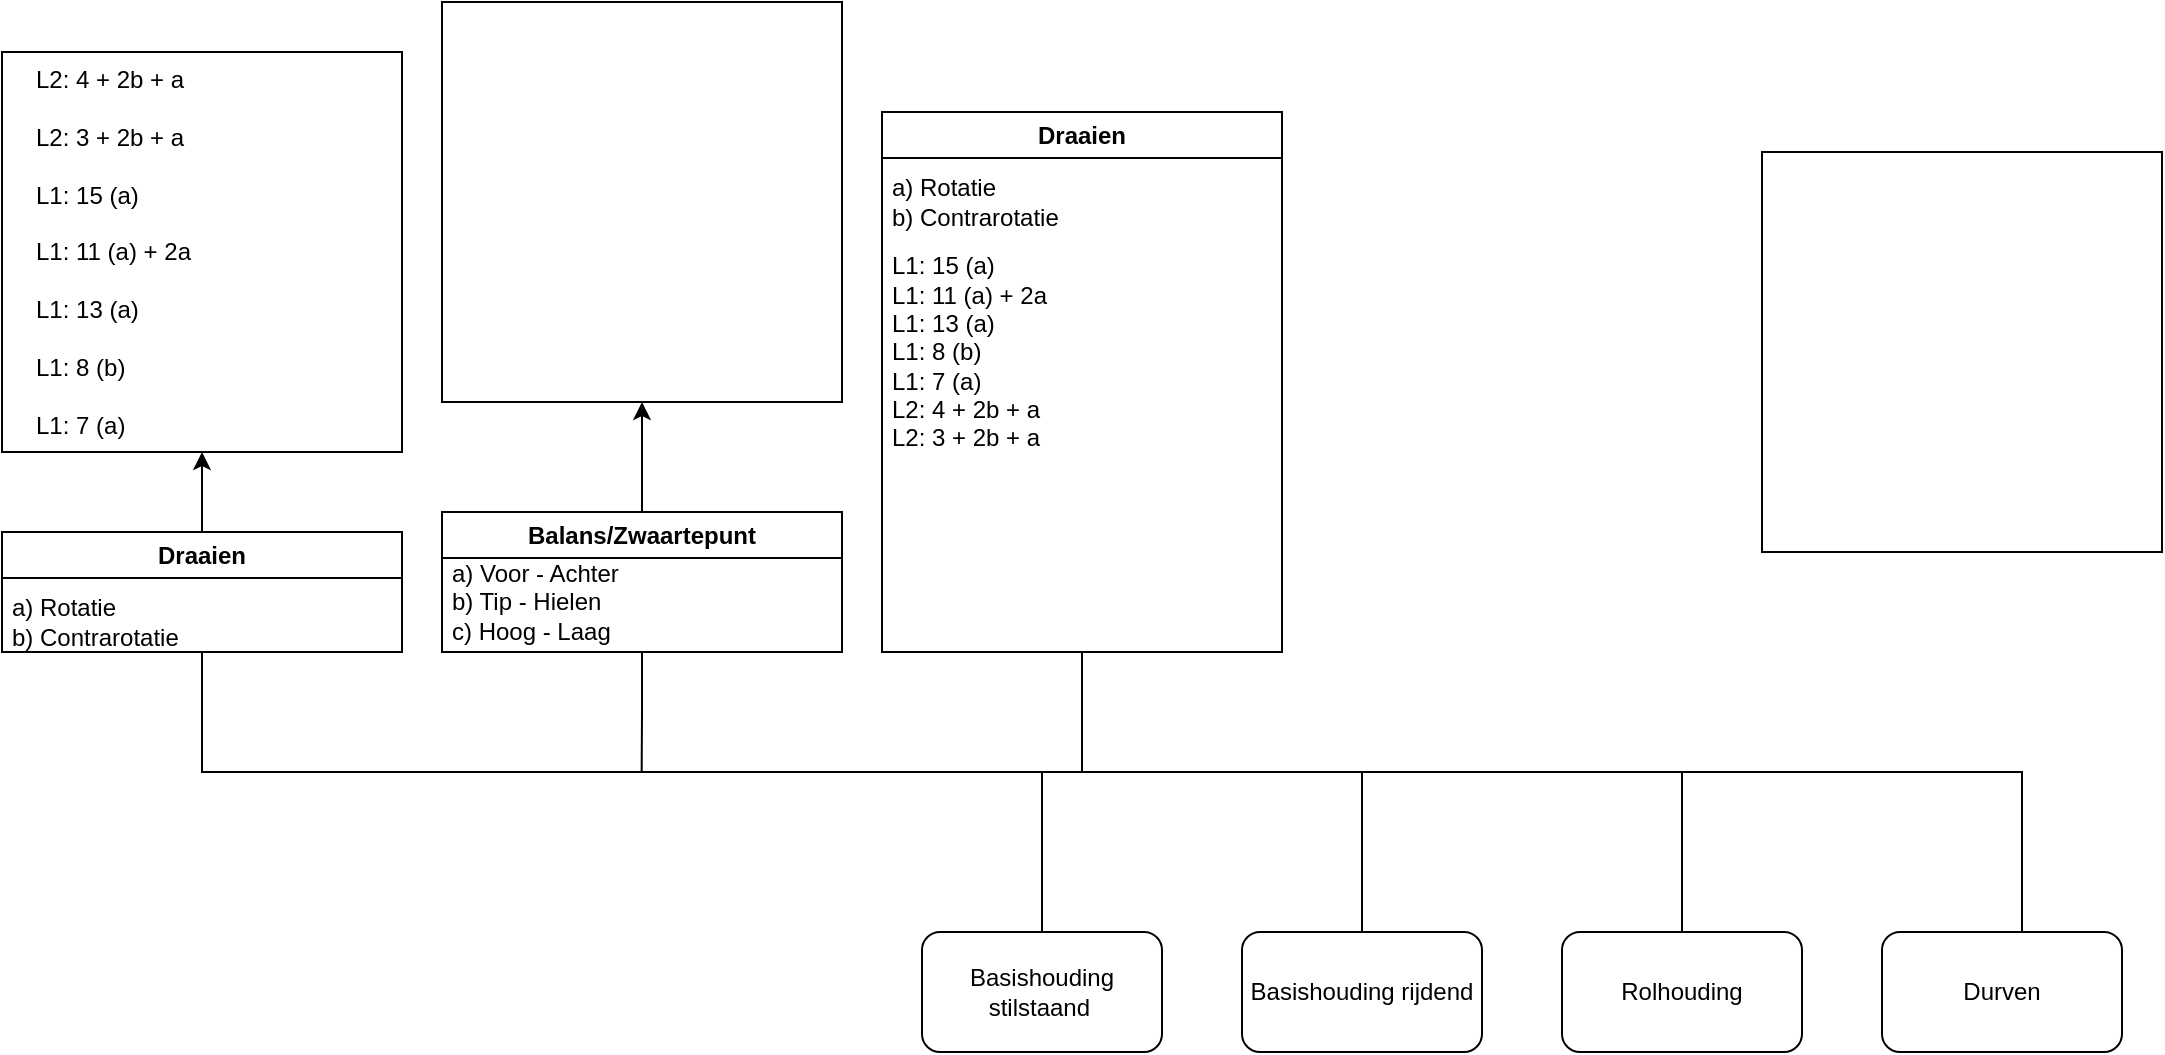
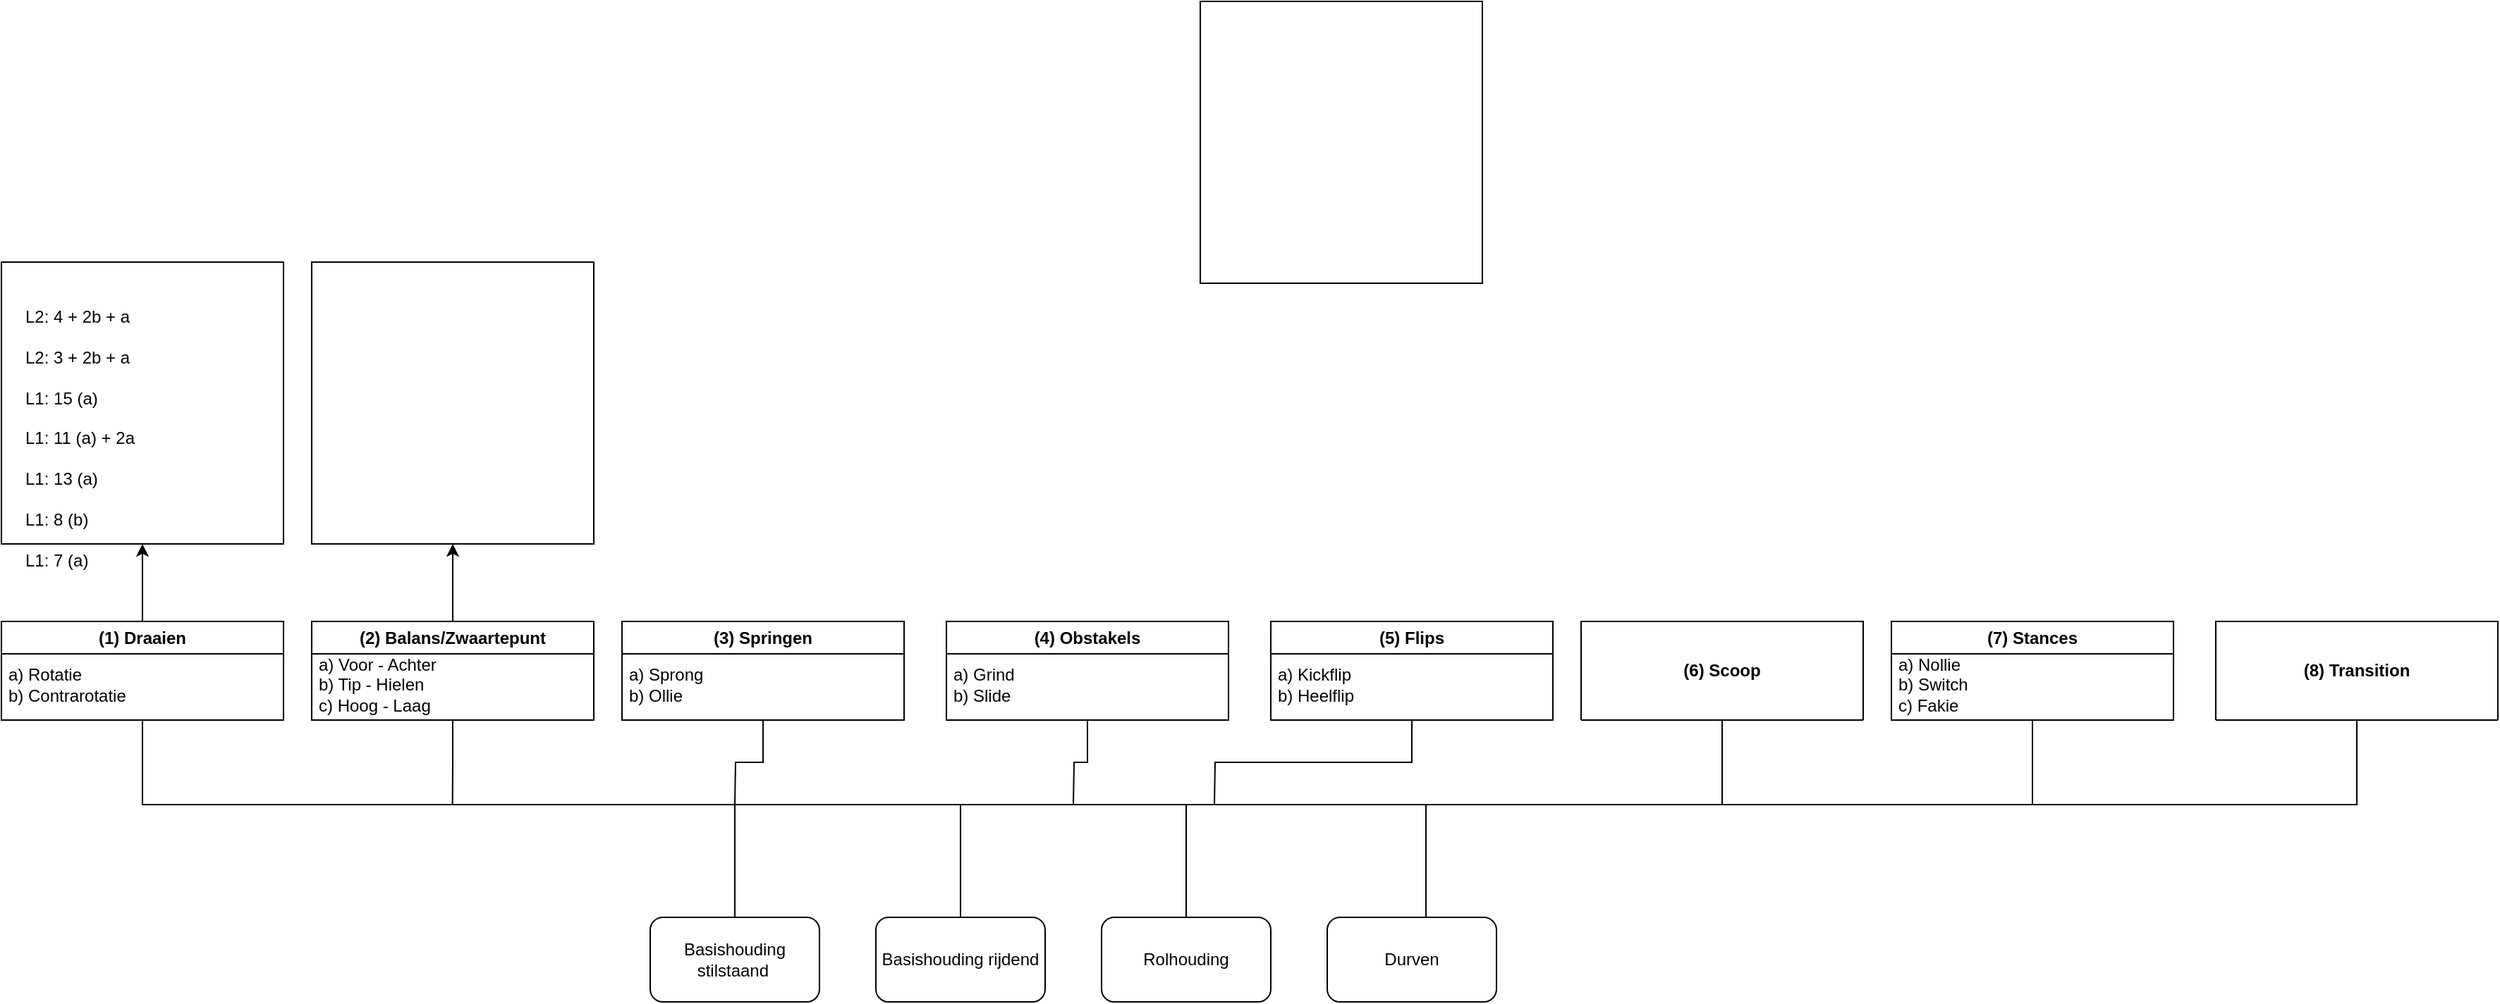
<mxfile host="app.diagrams.net">
  <diagram name="Pagina-1" id="a05Jk7nWTG-AgablvogW">
-     <mxGraphModel dx="-154" dy="1548" grid="1" gridSize="10" guides="1" tooltips="1" connect="1" arrows="1" fold="1" page="1" pageScale="1" pageWidth="827" pageHeight="1169" math="0" shadow="0">
+     <mxGraphModel dx="1530" dy="2437" grid="1" gridSize="10" guides="1" tooltips="1" connect="1" arrows="1" fold="1" page="1" pageScale="1" pageWidth="827" pageHeight="1169" math="0" shadow="0">
      <root>
        <mxCell id="0" />
        <mxCell id="1" parent="0" />
        <mxCell id="f8RnjAQKT9ZgKttT3sXC-36" parent="1" style="whiteSpace=wrap;html=1;fontStyle=1;startSize=23;" value="" vertex="1">
-           <mxGeometry height="200" width="200" x="840" y="-560" as="geometry" />
+           <mxGeometry height="200" width="200" x="840" y="-585" as="geometry" />
        </mxCell>
        <mxCell id="f8RnjAQKT9ZgKttT3sXC-6" edge="1" parent="1" source="f8RnjAQKT9ZgKttT3sXC-1" style="edgeStyle=orthogonalEdgeStyle;rounded=0;orthogonalLoop=1;jettySize=auto;html=1;exitX=0.5;exitY=0;exitDx=0;exitDy=0;endArrow=none;endFill=0;entryX=0.5;entryY=0;entryDx=0;entryDy=0;" target="f8RnjAQKT9ZgKttT3sXC-2">
          <mxGeometry relative="1" as="geometry">
            <Array as="points">
              <mxPoint x="1360" y="-200" />
              <mxPoint x="1520" y="-200" />
            </Array>
            <mxPoint x="1360" y="-210" as="targetPoint" />
          </mxGeometry>
        </mxCell>
        <mxCell id="f8RnjAQKT9ZgKttT3sXC-1" parent="1" style="rounded=1;whiteSpace=wrap;html=1;" value="Basishouding stilstaand&lt;span style=&quot;white-space: pre;&quot;&gt;&#x9;&lt;/span&gt;" vertex="1">
          <mxGeometry height="60" width="120" x="1300" y="-120" as="geometry" />
        </mxCell>
        <mxCell id="f8RnjAQKT9ZgKttT3sXC-2" parent="1" style="rounded=1;whiteSpace=wrap;html=1;" value="Basishouding rijdend" vertex="1">
          <mxGeometry height="60" width="120" x="1460" y="-120" as="geometry" />
        </mxCell>
        <mxCell id="f8RnjAQKT9ZgKttT3sXC-7" edge="1" parent="1" source="f8RnjAQKT9ZgKttT3sXC-4" style="edgeStyle=orthogonalEdgeStyle;rounded=0;orthogonalLoop=1;jettySize=auto;html=1;exitX=0.5;exitY=0;exitDx=0;exitDy=0;endArrow=none;endFill=0;">
          <mxGeometry relative="1" as="geometry">
            <Array as="points">
              <mxPoint x="1680" y="-200" />
              <mxPoint x="1520" y="-200" />
            </Array>
            <mxPoint x="1520" y="-160" as="targetPoint" />
          </mxGeometry>
        </mxCell>
        <mxCell id="f8RnjAQKT9ZgKttT3sXC-4" parent="1" style="rounded=1;whiteSpace=wrap;html=1;" value="Rolhouding" vertex="1">
          <mxGeometry height="60" width="120" x="1620" y="-120" as="geometry" />
        </mxCell>
        <mxCell id="f8RnjAQKT9ZgKttT3sXC-8" edge="1" parent="1" style="edgeStyle=orthogonalEdgeStyle;rounded=0;orthogonalLoop=1;jettySize=auto;html=1;exitX=0.5;exitY=0;exitDx=0;exitDy=0;endArrow=none;endFill=0;">
          <mxGeometry relative="1" as="geometry">
            <Array as="points">
              <mxPoint x="1850" y="-200" />
              <mxPoint x="1690" y="-200" />
            </Array>
            <mxPoint x="1850" y="-120" as="sourcePoint" />
            <mxPoint x="1680" y="-200" as="targetPoint" />
          </mxGeometry>
        </mxCell>
        <mxCell id="f8RnjAQKT9ZgKttT3sXC-5" parent="1" style="rounded=1;whiteSpace=wrap;html=1;" value="Durven" vertex="1">
          <mxGeometry height="60" width="120" x="1780" y="-120" as="geometry" />
        </mxCell>
        <mxCell id="f8RnjAQKT9ZgKttT3sXC-13" edge="1" parent="1" source="f8RnjAQKT9ZgKttT3sXC-12" style="edgeStyle=orthogonalEdgeStyle;rounded=0;orthogonalLoop=1;jettySize=auto;html=1;exitX=0.5;exitY=1;exitDx=0;exitDy=0;endArrow=none;endFill=0;">
          <mxGeometry relative="1" as="geometry">
            <Array as="points">
              <mxPoint x="940" y="-200" />
            </Array>
            <mxPoint x="1360" y="-200" as="targetPoint" />
          </mxGeometry>
        </mxCell>
        <mxCell id="f8RnjAQKT9ZgKttT3sXC-37" edge="1" parent="1" source="f8RnjAQKT9ZgKttT3sXC-12" style="edgeStyle=orthogonalEdgeStyle;rounded=0;orthogonalLoop=1;jettySize=auto;html=1;" target="f8RnjAQKT9ZgKttT3sXC-36" value="">
          <mxGeometry relative="1" as="geometry" />
        </mxCell>
-         <mxCell id="f8RnjAQKT9ZgKttT3sXC-12" parent="1" style="swimlane;whiteSpace=wrap;html=1;" value="Draaien" vertex="1">
-           <mxGeometry height="60" width="200" x="840" y="-320" as="geometry">
+         <mxCell id="f8RnjAQKT9ZgKttT3sXC-12" parent="1" style="swimlane;whiteSpace=wrap;html=1;startSize=23;" value="(1) Draaien" vertex="1">
+           <mxGeometry height="70" width="200" x="840" y="-330" as="geometry">
            <mxRectangle height="30" width="80" x="980" y="-480" as="alternateBounds" />
          </mxGeometry>
        </mxCell>
        <mxCell id="f8RnjAQKT9ZgKttT3sXC-22" parent="f8RnjAQKT9ZgKttT3sXC-12" style="text;html=1;whiteSpace=wrap;strokeColor=none;fillColor=none;align=left;verticalAlign=middle;rounded=0;" value="a) Rotatie&lt;br&gt;b) Contrarotatie" vertex="1">
          <mxGeometry height="30" width="87" x="3" y="30" as="geometry" />
        </mxCell>
        <mxCell id="f8RnjAQKT9ZgKttT3sXC-30" edge="1" parent="1" source="f8RnjAQKT9ZgKttT3sXC-38" style="edgeStyle=orthogonalEdgeStyle;rounded=0;orthogonalLoop=1;jettySize=auto;html=1;endArrow=none;endFill=0;exitX=0.5;exitY=1;exitDx=0;exitDy=0;">
          <mxGeometry relative="1" as="geometry">
            <mxPoint x="1160" y="-250" as="sourcePoint" />
            <mxPoint x="1159.8333333333335" y="-200" as="targetPoint" />
          </mxGeometry>
        </mxCell>
-         <mxCell id="f8RnjAQKT9ZgKttT3sXC-31" edge="1" parent="1" source="f8RnjAQKT9ZgKttT3sXC-27" style="edgeStyle=orthogonalEdgeStyle;rounded=0;orthogonalLoop=1;jettySize=auto;html=1;exitX=0.5;exitY=1;exitDx=0;exitDy=0;endArrow=none;endFill=0;">
-           <mxGeometry relative="1" as="geometry">
-             <mxPoint x="1380" y="-200" as="targetPoint" />
-           </mxGeometry>
-         </mxCell>
-         <mxCell id="f8RnjAQKT9ZgKttT3sXC-27" parent="1" style="swimlane;whiteSpace=wrap;html=1;" value="Draaien" vertex="1">
-           <mxGeometry height="270" width="200" x="1280" y="-530" as="geometry">
-             <mxRectangle height="30" width="80" x="980" y="-480" as="alternateBounds" />
-           </mxGeometry>
-         </mxCell>
-         <mxCell id="f8RnjAQKT9ZgKttT3sXC-28" parent="f8RnjAQKT9ZgKttT3sXC-27" style="text;html=1;whiteSpace=wrap;strokeColor=none;fillColor=none;align=left;verticalAlign=middle;rounded=0;" value="a) Rotatie&lt;br&gt;b) Contrarotatie" vertex="1">
-           <mxGeometry height="30" width="87" x="3" y="30" as="geometry" />
-         </mxCell>
-         <mxCell id="f8RnjAQKT9ZgKttT3sXC-29" parent="f8RnjAQKT9ZgKttT3sXC-27" style="text;html=1;whiteSpace=wrap;strokeColor=none;fillColor=none;align=left;verticalAlign=middle;rounded=0;" value="L1: 15 (a)&lt;br&gt;L1: 11 (a) + 2a&lt;br&gt;L1: 13 (a)&lt;br&gt;L1: 8 (b)&lt;br&gt;L1: 7 (a)&lt;br&gt;L2: 4 + 2b + a&lt;br&gt;L2: 3 + 2b + a" vertex="1">
-           <mxGeometry height="160" width="87" x="3" y="40" as="geometry" />
-         </mxCell>
        <mxCell id="f8RnjAQKT9ZgKttT3sXC-32" parent="1" style="whiteSpace=wrap;html=1;aspect=fixed;" value="&lt;span style=&quot;color: rgba(0, 0, 0, 0); font-family: monospace; font-size: 0px; text-align: start; white-space: nowrap;&quot;&gt;%3CmxGraphModel%3E%3Croot%3E%3CmxCell%20id%3D%220%22%2F%3E%3CmxCell%20id%3D%221%22%20parent%3D%220%22%2F%3E%3CmxCell%20id%3D%222%22%20parent%3D%221%22%20style%3D%22text%3Bhtml%3D1%3BwhiteSpace%3Dwrap%3BstrokeColor%3Dnone%3BfillColor%3Dnone%3Balign%3Dleft%3BverticalAlign%3Dmiddle%3Brounded%3D0%3B%22%20value%3D%22L1%3A%2015%20(a)%26lt%3Bbr%26gt%3BL1%3A%2011%20(a)%20%2B%202a%26lt%3Bbr%26gt%3BL1%3A%2013%20(a)%26lt%3Bbr%26gt%3BL1%3A%208%20(b)%26lt%3Bbr%26gt%3BL1%3A%207%20(a)%26lt%3Bbr%26gt%3BL2%3A%204%20%2B%202b%20%2B%20a%26lt%3Bbr%26gt%3BL2%3A%203%20%2B%202b%20%2B%20a%22%20vertex%3D%221%22%3E%3CmxGeometry%20height%3D%22160%22%20width%3D%2287%22%20x%3D%22843%22%20y%3D%22-490%22%20as%3D%22geometry%22%2F%3E%3C%2FmxCell%3E%3C%2Froot%3E%3C%2FmxGraphModel%3E&lt;/span&gt;" vertex="1">
-           <mxGeometry height="200" width="200" x="1720" y="-510" as="geometry" />
+           <mxGeometry height="200" width="200" x="1690" y="-770" as="geometry" />
        </mxCell>
        <mxCell id="f8RnjAQKT9ZgKttT3sXC-33" parent="1" style="text;html=1;whiteSpace=wrap;strokeColor=none;fillColor=none;align=left;verticalAlign=middle;rounded=0;" value="L2: 4 + 2b + a&lt;br&gt;&lt;br&gt;L2: 3 + 2b + a&lt;br&gt;&lt;br&gt;L1: 15 (a)&lt;br&gt;&lt;br&gt;L1: 11 (a) + 2a&lt;br&gt;&lt;br&gt;L1: 13 (a)&lt;br&gt;&lt;br&gt;L1: 8 (b)&lt;br&gt;&lt;br&gt;L1: 7 (a)" vertex="1">
          <mxGeometry height="20" width="170" x="855" y="-470" as="geometry" />
        </mxCell>
        <mxCell id="f8RnjAQKT9ZgKttT3sXC-41" edge="1" parent="1" source="f8RnjAQKT9ZgKttT3sXC-38" style="edgeStyle=orthogonalEdgeStyle;rounded=0;orthogonalLoop=1;jettySize=auto;html=1;" target="f8RnjAQKT9ZgKttT3sXC-40" value="">
          <mxGeometry relative="1" as="geometry" />
        </mxCell>
-         <mxCell id="f8RnjAQKT9ZgKttT3sXC-38" parent="1" style="swimlane;whiteSpace=wrap;html=1;" value="Balans/Zwaartepunt" vertex="1">
+         <mxCell id="f8RnjAQKT9ZgKttT3sXC-38" parent="1" style="swimlane;whiteSpace=wrap;html=1;" value="(2) Balans/Zwaartepunt" vertex="1">
          <mxGeometry height="70" width="200" x="1060" y="-330" as="geometry">
            <mxRectangle height="30" width="80" x="980" y="-480" as="alternateBounds" />
          </mxGeometry>
        </mxCell>
        <mxCell id="f8RnjAQKT9ZgKttT3sXC-39" parent="f8RnjAQKT9ZgKttT3sXC-38" style="text;html=1;whiteSpace=wrap;strokeColor=none;fillColor=none;align=left;verticalAlign=middle;rounded=0;" value="a) Voor - Achter&lt;br&gt;b) Tip - Hielen&lt;br&gt;c) Hoog - Laag" vertex="1">
          <mxGeometry height="30" width="87" x="3" y="30" as="geometry" />
        </mxCell>
        <mxCell id="f8RnjAQKT9ZgKttT3sXC-40" parent="1" style="whiteSpace=wrap;html=1;fontStyle=1;startSize=23;" value="" vertex="1">
          <mxGeometry height="200" width="200" x="1060" y="-585" as="geometry" />
        </mxCell>
+         <mxCell id="Im6dLatpUEVwKacTs65A-3" edge="1" parent="1" source="Im6dLatpUEVwKacTs65A-1" style="edgeStyle=orthogonalEdgeStyle;rounded=0;orthogonalLoop=1;jettySize=auto;html=1;exitX=0.5;exitY=1;exitDx=0;exitDy=0;endArrow=none;endFill=0;">
+           <mxGeometry relative="1" as="geometry">
+             <mxPoint x="1360" y="-200" as="targetPoint" />
+           </mxGeometry>
+         </mxCell>
+         <mxCell id="Im6dLatpUEVwKacTs65A-1" parent="1" style="swimlane;whiteSpace=wrap;html=1;startSize=23;" value="(3) Springen" vertex="1">
+           <mxGeometry height="70" width="200" x="1280" y="-330" as="geometry">
+             <mxRectangle height="30" width="80" x="980" y="-480" as="alternateBounds" />
+           </mxGeometry>
+         </mxCell>
+         <mxCell id="Im6dLatpUEVwKacTs65A-2" parent="Im6dLatpUEVwKacTs65A-1" style="text;html=1;whiteSpace=wrap;strokeColor=none;fillColor=none;align=left;verticalAlign=middle;rounded=0;" value="a) Sprong&lt;br&gt;b) Ollie" vertex="1">
+           <mxGeometry height="30" width="87" x="3" y="30" as="geometry" />
+         </mxCell>
+         <mxCell id="Im6dLatpUEVwKacTs65A-10" edge="1" parent="1" source="Im6dLatpUEVwKacTs65A-4" style="edgeStyle=orthogonalEdgeStyle;rounded=0;orthogonalLoop=1;jettySize=auto;html=1;exitX=0.5;exitY=1;exitDx=0;exitDy=0;endArrow=none;endFill=0;">
+           <mxGeometry relative="1" as="geometry">
+             <mxPoint x="1600" y="-200" as="targetPoint" />
+           </mxGeometry>
+         </mxCell>
+         <mxCell id="Im6dLatpUEVwKacTs65A-4" parent="1" style="swimlane;whiteSpace=wrap;html=1;" value="(4) Obstakels" vertex="1">
+           <mxGeometry height="70" width="200" x="1510" y="-330" as="geometry">
+             <mxRectangle height="30" width="80" x="980" y="-480" as="alternateBounds" />
+           </mxGeometry>
+         </mxCell>
+         <mxCell id="Im6dLatpUEVwKacTs65A-5" parent="Im6dLatpUEVwKacTs65A-4" style="text;html=1;whiteSpace=wrap;strokeColor=none;fillColor=none;align=left;verticalAlign=middle;rounded=0;" value="a) Grind&lt;br&gt;b) Slide" vertex="1">
+           <mxGeometry height="30" width="87" x="3" y="30" as="geometry" />
+         </mxCell>
+         <mxCell id="Im6dLatpUEVwKacTs65A-11" edge="1" parent="1" source="Im6dLatpUEVwKacTs65A-6" style="edgeStyle=orthogonalEdgeStyle;rounded=0;orthogonalLoop=1;jettySize=auto;html=1;exitX=0.5;exitY=1;exitDx=0;exitDy=0;endArrow=none;endFill=0;">
+           <mxGeometry relative="1" as="geometry">
+             <mxPoint x="1700" y="-200" as="targetPoint" />
+           </mxGeometry>
+         </mxCell>
+         <mxCell id="Im6dLatpUEVwKacTs65A-6" parent="1" style="swimlane;whiteSpace=wrap;html=1;" value="(5) Flips" vertex="1">
+           <mxGeometry height="70" width="200" x="1740" y="-330" as="geometry">
+             <mxRectangle height="30" width="80" x="980" y="-480" as="alternateBounds" />
+           </mxGeometry>
+         </mxCell>
+         <mxCell id="Im6dLatpUEVwKacTs65A-7" parent="Im6dLatpUEVwKacTs65A-6" style="text;html=1;whiteSpace=wrap;strokeColor=none;fillColor=none;align=left;verticalAlign=middle;rounded=0;" value="a) Kickflip&lt;br&gt;b) Heelflip" vertex="1">
+           <mxGeometry height="30" width="87" x="3" y="30" as="geometry" />
+         </mxCell>
+         <mxCell id="Im6dLatpUEVwKacTs65A-12" edge="1" parent="1" source="Im6dLatpUEVwKacTs65A-8" style="edgeStyle=orthogonalEdgeStyle;rounded=0;orthogonalLoop=1;jettySize=auto;html=1;exitX=0.5;exitY=1;exitDx=0;exitDy=0;endArrow=none;endFill=0;">
+           <mxGeometry relative="1" as="geometry">
+             <Array as="points">
+               <mxPoint x="2060" y="-200" />
+             </Array>
+             <mxPoint x="1850" y="-200" as="targetPoint" />
+           </mxGeometry>
+         </mxCell>
+         <mxCell id="Im6dLatpUEVwKacTs65A-8" parent="1" style="swimlane;whiteSpace=wrap;html=1;startSize=70;" value="(6) Scoop" vertex="1">
+           <mxGeometry height="70" width="200" x="1960" y="-330" as="geometry">
+             <mxRectangle height="30" width="80" x="980" y="-480" as="alternateBounds" />
+           </mxGeometry>
+         </mxCell>
+         <mxCell id="Im6dLatpUEVwKacTs65A-15" edge="1" parent="1" source="Im6dLatpUEVwKacTs65A-13" style="edgeStyle=orthogonalEdgeStyle;rounded=0;orthogonalLoop=1;jettySize=auto;html=1;exitX=0.5;exitY=1;exitDx=0;exitDy=0;endArrow=none;endFill=0;">
+           <mxGeometry relative="1" as="geometry">
+             <Array as="points">
+               <mxPoint x="2280" y="-200" />
+             </Array>
+             <mxPoint x="2060" y="-200" as="targetPoint" />
+           </mxGeometry>
+         </mxCell>
+         <mxCell id="Im6dLatpUEVwKacTs65A-13" parent="1" style="swimlane;whiteSpace=wrap;html=1;startSize=23;" value="(7) Stances" vertex="1">
+           <mxGeometry height="70" width="200" x="2180" y="-330" as="geometry">
+             <mxRectangle height="30" width="80" x="980" y="-480" as="alternateBounds" />
+           </mxGeometry>
+         </mxCell>
+         <mxCell id="Im6dLatpUEVwKacTs65A-14" parent="Im6dLatpUEVwKacTs65A-13" style="text;html=1;whiteSpace=wrap;strokeColor=none;fillColor=none;align=left;verticalAlign=middle;rounded=0;" value="a) Nollie&lt;br&gt;b) Switch&lt;br&gt;c) Fakie" vertex="1">
+           <mxGeometry height="30" width="87" x="3" y="30" as="geometry" />
+         </mxCell>
+         <mxCell id="Im6dLatpUEVwKacTs65A-18" edge="1" parent="1" source="Im6dLatpUEVwKacTs65A-16" style="edgeStyle=orthogonalEdgeStyle;rounded=0;orthogonalLoop=1;jettySize=auto;html=1;exitX=0.5;exitY=1;exitDx=0;exitDy=0;endArrow=none;endFill=0;">
+           <mxGeometry relative="1" as="geometry">
+             <Array as="points">
+               <mxPoint x="2510" y="-200" />
+             </Array>
+             <mxPoint x="2280" y="-200" as="targetPoint" />
+           </mxGeometry>
+         </mxCell>
+         <mxCell id="Im6dLatpUEVwKacTs65A-16" parent="1" style="swimlane;whiteSpace=wrap;html=1;startSize=70;" value="(8) Transition" vertex="1">
+           <mxGeometry height="70" width="200" x="2410" y="-330" as="geometry">
+             <mxRectangle height="30" width="80" x="980" y="-480" as="alternateBounds" />
+           </mxGeometry>
+         </mxCell>
      </root>
    </mxGraphModel>
  </diagram>
</mxfile>
